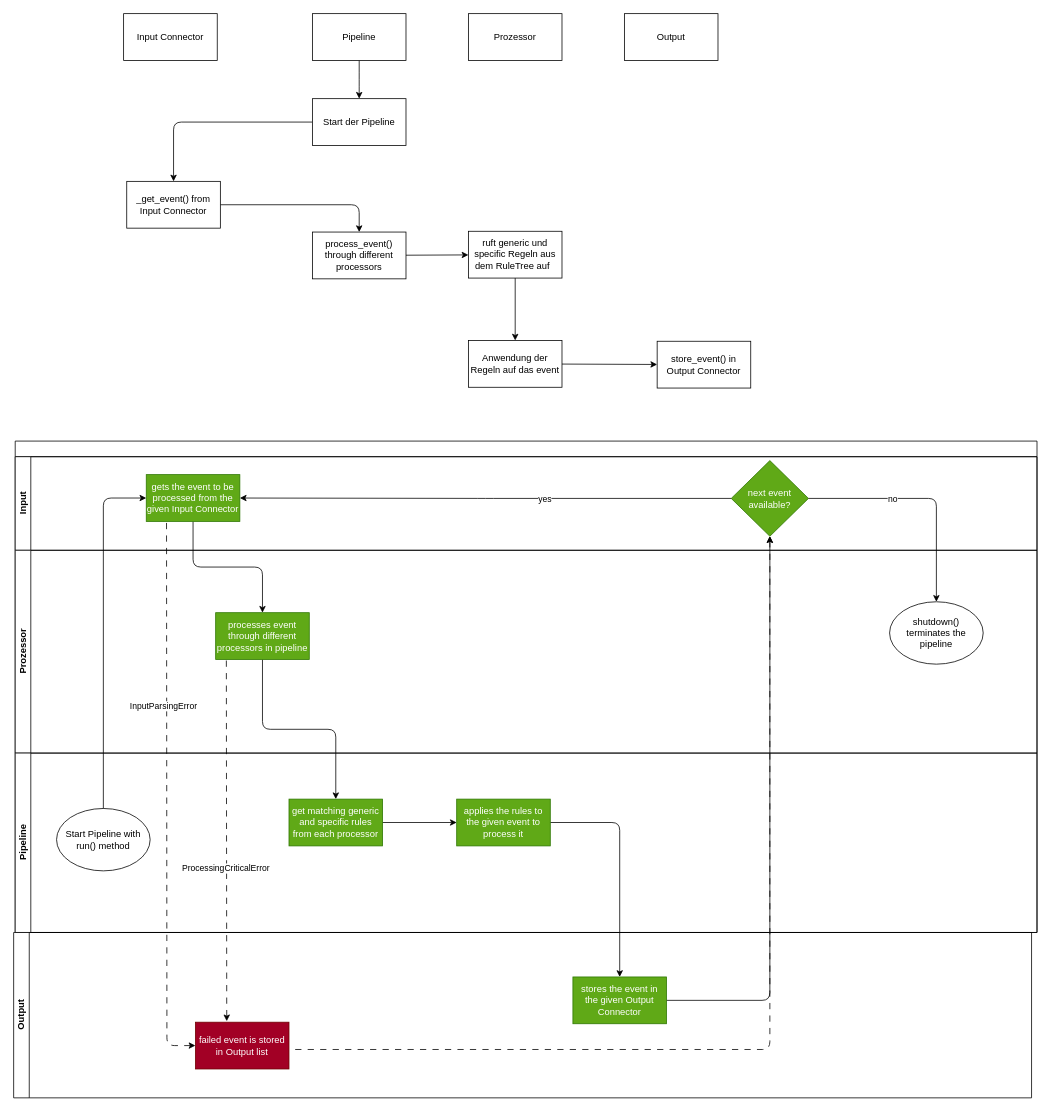
Earlier version of the draw.io diagram doc/source/development/architecture/diagramms/overview.drawio (fkie-cad/Logprep). Source tidied: cells renumbered, new cells numbered last; positions are measured from the earlier drawing's top-left corner, leaving out a move shared by most shapes. Both pictures are drawn from the tidied source at 78%, with x=0, y=0 at pixel (13, 13).
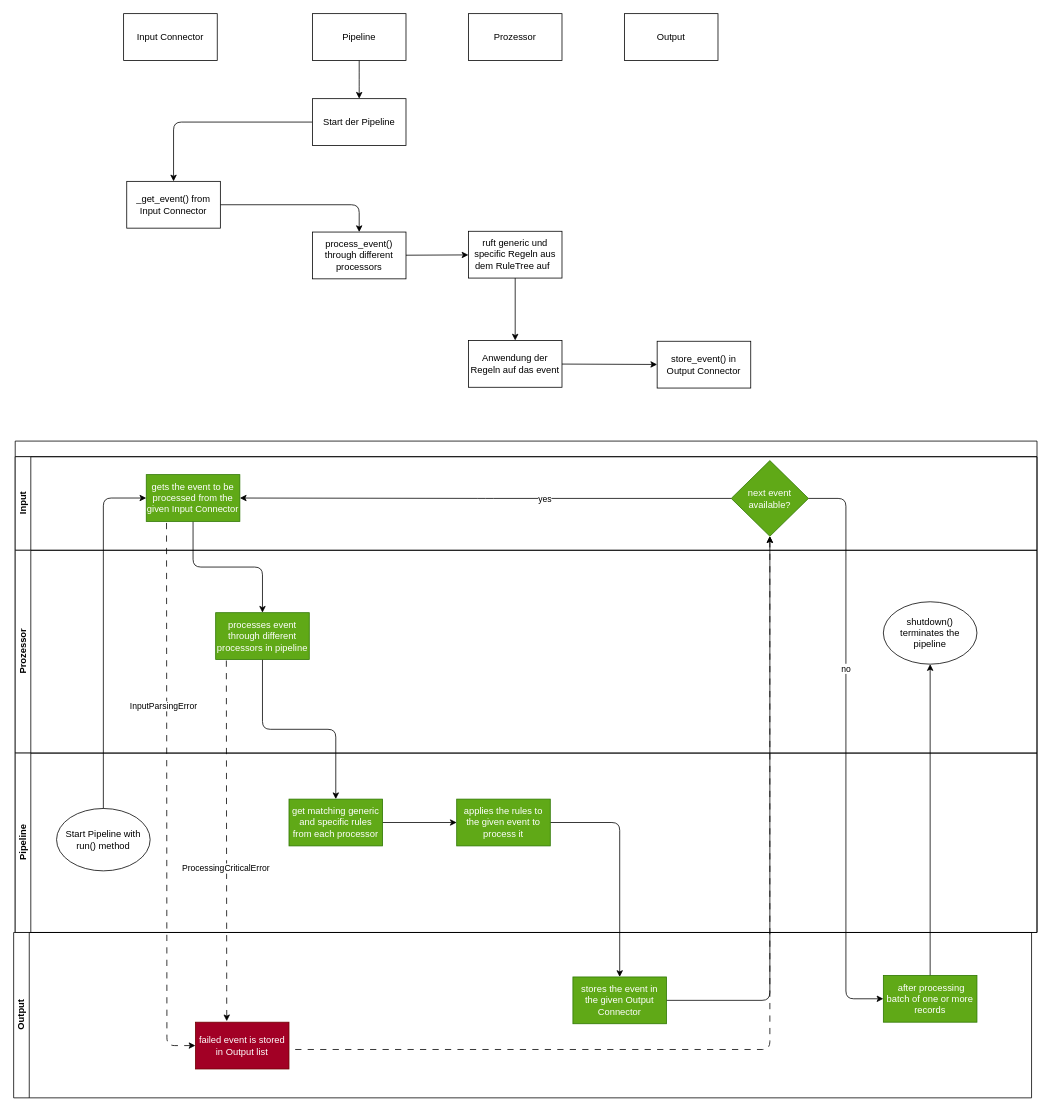
After the change.

The change refers to these unchanged cells:
```xml
<mxCell id="20" value="next event available?" style="rhombus;whiteSpace=wrap;html=1;fillColor=#60a917;fontColor=#ffffff;strokeColor=#2D7600;" parent="19" vertex="1">
  <mxGeometry x="918" y="5" width="99" height="97" as="geometry" />
</mxCell>
<mxCell id="24" value="Output" style="swimlane;startSize=20;horizontal=0;html=1;" parent="1" vertex="1">
  <mxGeometry y="1178" width="1305" height="212" as="geometry" />
</mxCell>
```

The edit, as a diff of the source:
```diff
@@
     <mxCell id="25" value="shutdown() terminates the pipeline" style="ellipse;whiteSpace=wrap;html=1;rounded=1;shadow=0;glass=0;sketch=0;" parent="24" vertex="1">
-      <mxGeometry x="1123" y="-424" width="120" height="80" as="geometry" />
+      <mxGeometry x="1115" y="-424" width="120" height="80" as="geometry" />
     </mxCell>
@@
-    <mxCell id="41" style="edgeStyle=orthogonalEdgeStyle;html=1;entryX=0.5;entryY=0;entryDx=0;entryDy=0;" parent="1" edge="1" source="20" target="25">
+    <mxCell id="41" style="edgeStyle=orthogonalEdgeStyle;html=1;entryX=0;entryY=0.5;entryDx=0;entryDy=0;" parent="1" edge="1" source="20" target="48">
       <mxGeometry relative="1" as="geometry" />
     </mxCell>
@@
+    <mxCell id="47" style="edgeStyle=none;html=1;" parent="1" edge="1" source="48" target="25">
+      <mxGeometry relative="1" as="geometry" />
+    </mxCell>
+    <mxCell id="48" value="&amp;nbsp;after processing batch of one or more records" style="rounded=0;whiteSpace=wrap;html=1;fillColor=#60a917;fontColor=#ffffff;strokeColor=#2D7600;" parent="1" vertex="1">
+      <mxGeometry x="1115" y="1233" width="120" height="60" as="geometry" />
+    </mxCell>
```
